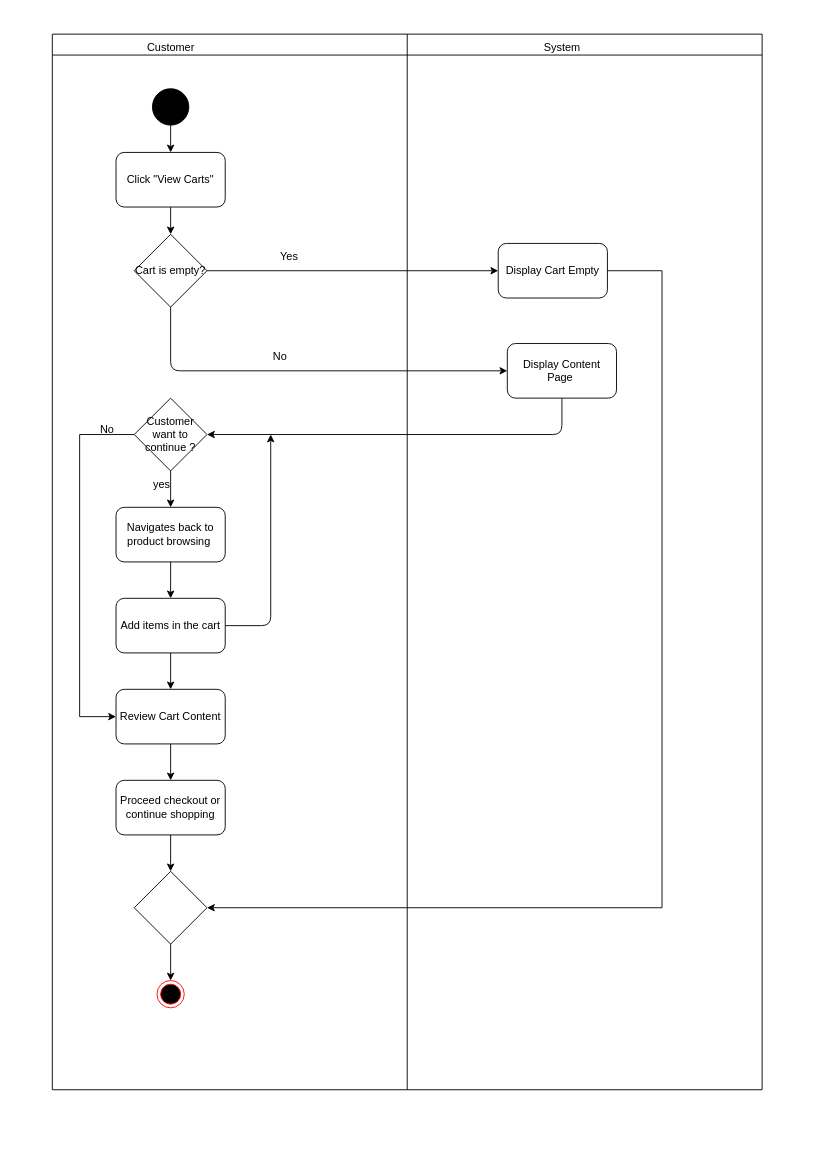
Earlier version of the draw.io diagram proposal/submission/sec02/Allen/UC006/activity diagram.drawio (drshahizan/software-engineering). Source tidied: cells renumbered, new cells numbered last; positions are measured from the earlier drawing's top-left corner, leaving out a move shared by most shapes. Both pictures are drawn from the tidied source at 91%, with x=0, y=0 at pixel (52, 34).
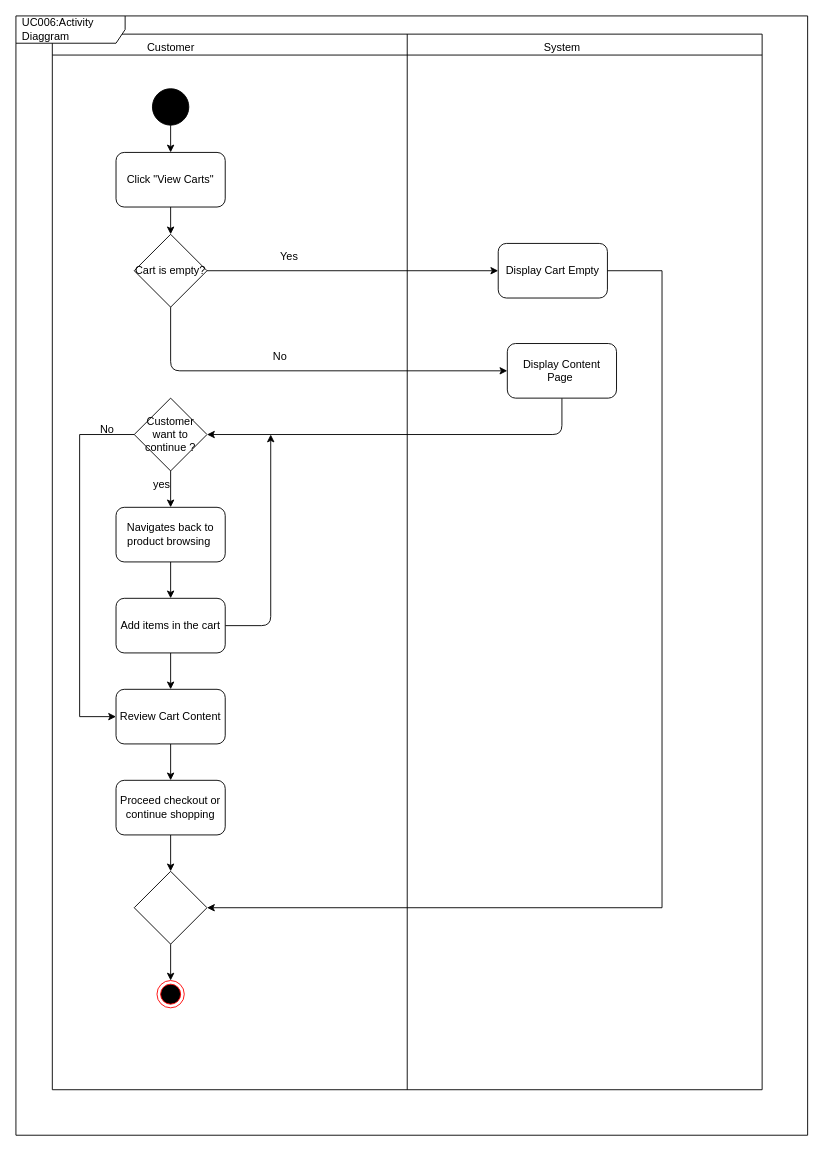
Above is the later version.

Diff of the diagram source:
```diff
@@
+    <mxCell id="41" value="UC006:Activity Diaggram" style="shape=umlFrame;whiteSpace=wrap;html=1;width=120;height=30;boundedLbl=1;verticalAlign=middle;align=left;spacingLeft=5;" parent="1" vertex="1">
+      <mxGeometry x="-40" y="-20" width="870" height="1230" as="geometry" />
+    </mxCell>
```
